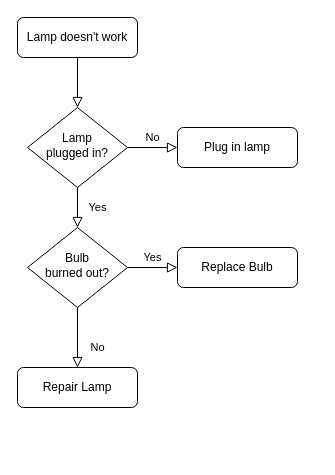
BretJohnson1/atlas-simple_shell keeps this draw.io diagram as SimpleShell.drawio. Above is the earlier version. Source tidied: cells renumbered, new cells numbered last; positions are measured from the earlier drawing's top-left corner, leaving out a move shared by most shapes. Both pictures are drawn from the tidied source at 100%, with x=0, y=0 at pixel (17, 17).
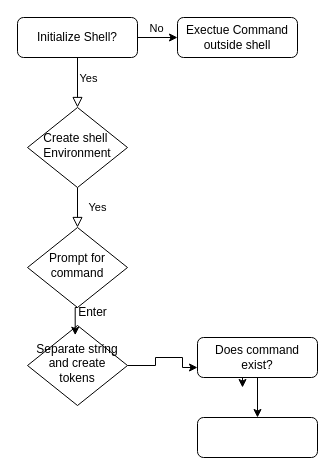
Above is the later version.

The change refers to these unchanged cells:
```xml
<mxCell id="2" style="rounded=0;html=1;jettySize=auto;fontSize=11;endArrow=block;endFill=0;endSize=8;strokeWidth=1;shadow=0;labelBackgroundColor=none;edgeStyle=orthogonalEdgeStyle;" parent="1" edge="1" source="3" target="6">
  <mxGeometry relative="1" as="geometry" />
</mxCell>
```

Change to the diagram source:
```diff
@@
+    <mxCell id="9" value="Yes" style="edgeLabel;html=1;align=center;verticalAlign=middle;" parent="2" vertex="1">
+      <mxGeometry y="4" relative="1" as="geometry">
+        <mxPoint x="6" y="-5" as="offset" />
+      </mxGeometry>
+    </mxCell>
+    <mxCell id="13" style="edgeStyle=orthogonalEdgeStyle;rounded=0;jettySize=auto;html=1;exitX=1;exitY=0.5;exitDx=0;exitDy=0;entryX=0;entryY=0.5;entryDx=0;entryDy=0;" parent="1" edge="1" source="3" target="15">
+      <mxGeometry relative="1" as="geometry" />
+    </mxCell>
+    <mxCell id="14" value="No" style="edgeLabel;html=1;align=center;verticalAlign=middle;" parent="13" vertex="1">
+      <mxGeometry x="-0.1" y="-2" relative="1" as="geometry">
+        <mxPoint y="-12" as="offset" />
+      </mxGeometry>
+    </mxCell>
-    <mxCell id="3" value="Lamp doesn't work" style="rounded=1;whiteSpace=wrap;html=1;fontSize=12;glass=0;strokeWidth=1;shadow=0;" parent="1" vertex="1">
+    <mxCell id="3" value="Initialize Shell?" style="rounded=1;whiteSpace=wrap;html=1;fontSize=12;glass=0;strokeWidth=1;shadow=0;" parent="1" vertex="1">
       <mxGeometry width="120" height="40" as="geometry" />
     </mxCell>
@@
-    <mxCell id="5" value="No" style="edgeStyle=orthogonalEdgeStyle;rounded=0;html=1;jettySize=auto;fontSize=11;endArrow=block;endFill=0;endSize=8;strokeWidth=1;shadow=0;labelBackgroundColor=none;" parent="1" edge="1" source="6" target="7">
-      <mxGeometry y="10" relative="1" as="geometry" />
-    </mxCell>
-    <mxCell id="6" value="Lamp&lt;br&gt;plugged in?" style="rhombus;whiteSpace=wrap;html=1;shadow=0;fontFamily=Helvetica;fontSize=12;align=center;strokeWidth=1;spacing=6;spacingTop=-4;" parent="1" vertex="1">
+    <mxCell id="6" value="Create shell&amp;nbsp;&lt;div&gt;Environment&lt;/div&gt;" style="rhombus;whiteSpace=wrap;html=1;shadow=0;fontFamily=Helvetica;fontSize=12;align=center;strokeWidth=1;spacing=6;spacingTop=-4;" parent="1" vertex="1">
       <mxGeometry x="10" y="90" width="100" height="80" as="geometry" />
     </mxCell>
-    <mxCell id="7" value="Plug in lamp" style="rounded=1;whiteSpace=wrap;html=1;fontSize=12;glass=0;strokeWidth=1;shadow=0;" parent="1" vertex="1">
-      <mxGeometry x="160" y="110" width="120" height="40" as="geometry" />
-    </mxCell>
-    <mxCell id="8" value="No" style="rounded=0;html=1;jettySize=auto;fontSize=11;endArrow=block;endFill=0;endSize=8;strokeWidth=1;shadow=0;labelBackgroundColor=none;edgeStyle=orthogonalEdgeStyle;" parent="1" edge="1" source="10" target="11">
-      <mxGeometry x="0.33" y="20" relative="1" as="geometry" />
-    </mxCell>
-    <mxCell id="9" value="Yes" style="edgeStyle=orthogonalEdgeStyle;rounded=0;html=1;jettySize=auto;fontSize=11;endArrow=block;endFill=0;endSize=8;strokeWidth=1;shadow=0;labelBackgroundColor=none;" parent="1" edge="1" source="10" target="12">
-      <mxGeometry y="10" relative="1" as="geometry" />
-    </mxCell>
-    <mxCell id="10" value="Bulb&lt;br&gt;burned out?" style="rhombus;whiteSpace=wrap;html=1;shadow=0;fontFamily=Helvetica;fontSize=12;align=center;strokeWidth=1;spacing=6;spacingTop=-4;" parent="1" vertex="1">
+    <mxCell id="10" value="Prompt for command" style="rhombus;whiteSpace=wrap;html=1;shadow=0;fontFamily=Helvetica;fontSize=12;align=center;strokeWidth=1;spacing=6;spacingTop=-4;" parent="1" vertex="1">
       <mxGeometry x="10" y="210" width="100" height="80" as="geometry" />
     </mxCell>
-    <mxCell id="11" value="Repair Lamp" style="rounded=1;whiteSpace=wrap;html=1;fontSize=12;glass=0;strokeWidth=1;shadow=0;" parent="1" vertex="1">
-      <mxGeometry y="350" width="120" height="40" as="geometry" />
-    </mxCell>
-    <mxCell id="12" value="Replace Bulb" style="rounded=1;whiteSpace=wrap;html=1;fontSize=12;glass=0;strokeWidth=1;shadow=0;" parent="1" vertex="1">
-      <mxGeometry x="160" y="230" width="120" height="40" as="geometry" />
-    </mxCell>
+    <mxCell id="15" value="Exectue Command&lt;div&gt;outside shell&lt;/div&gt;" style="rounded=1;whiteSpace=wrap;html=1;" parent="1" vertex="1">
+      <mxGeometry x="160" width="120" height="40" as="geometry" />
+    </mxCell>
+    <mxCell id="16" value="Enter" style="text;html=1;align=center;verticalAlign=middle;strokeColor=none;fillColor=none;" parent="1" vertex="1">
+      <mxGeometry x="50" y="280" width="50" height="30" as="geometry" />
+    </mxCell>
+    <mxCell id="17" style="edgeStyle=orthogonalEdgeStyle;rounded=0;jettySize=auto;html=1;exitX=0.5;exitY=1;exitDx=0;exitDy=0;" parent="1" edge="1" source="19">
+      <mxGeometry relative="1" as="geometry">
+        <mxPoint x="225" y="370" as="targetPoint" />
+      </mxGeometry>
+    </mxCell>
+    <mxCell id="18" style="edgeStyle=orthogonalEdgeStyle;rounded=0;jettySize=auto;html=1;exitX=0.5;exitY=1;exitDx=0;exitDy=0;entryX=0.5;entryY=0;entryDx=0;entryDy=0;" parent="1" edge="1" source="19" target="23">
+      <mxGeometry relative="1" as="geometry" />
+    </mxCell>
+    <mxCell id="19" value="Does command exist?" style="rounded=1;whiteSpace=wrap;html=1;" parent="1" vertex="1">
+      <mxGeometry x="180" y="320" width="120" height="40" as="geometry" />
+    </mxCell>
+    <mxCell id="20" style="edgeStyle=orthogonalEdgeStyle;rounded=0;jettySize=auto;html=1;exitX=1;exitY=0.5;exitDx=0;exitDy=0;entryX=0;entryY=0.75;entryDx=0;entryDy=0;" parent="1" edge="1" source="21" target="19">
+      <mxGeometry relative="1" as="geometry">
+        <Array as="points">
+          <mxPoint x="138" y="348" />
+          <mxPoint x="138" y="340" />
+          <mxPoint x="165" y="340" />
+        </Array>
+      </mxGeometry>
+    </mxCell>
+    <mxCell id="21" value="Separate string and create tokens" style="rhombus;whiteSpace=wrap;html=1;shadow=0;fontFamily=Helvetica;fontSize=12;align=center;strokeWidth=1;spacing=6;spacingTop=-4;" parent="1" vertex="1">
+      <mxGeometry x="10" y="308" width="100" height="80" as="geometry" />
+    </mxCell>
+    <mxCell id="22" style="edgeStyle=orthogonalEdgeStyle;rounded=0;jettySize=auto;html=1;exitX=0.5;exitY=1;exitDx=0;exitDy=0;entryX=0.477;entryY=0.121;entryDx=0;entryDy=0;entryPerimeter=0;" parent="1" edge="1" source="10" target="21">
+      <mxGeometry relative="1" as="geometry" />
+    </mxCell>
+    <mxCell id="23" style="rounded=1;whiteSpace=wrap;html=1;" parent="1" vertex="1">
+      <mxGeometry x="180" y="400" width="120" height="40" as="geometry" />
+    </mxCell>
```
